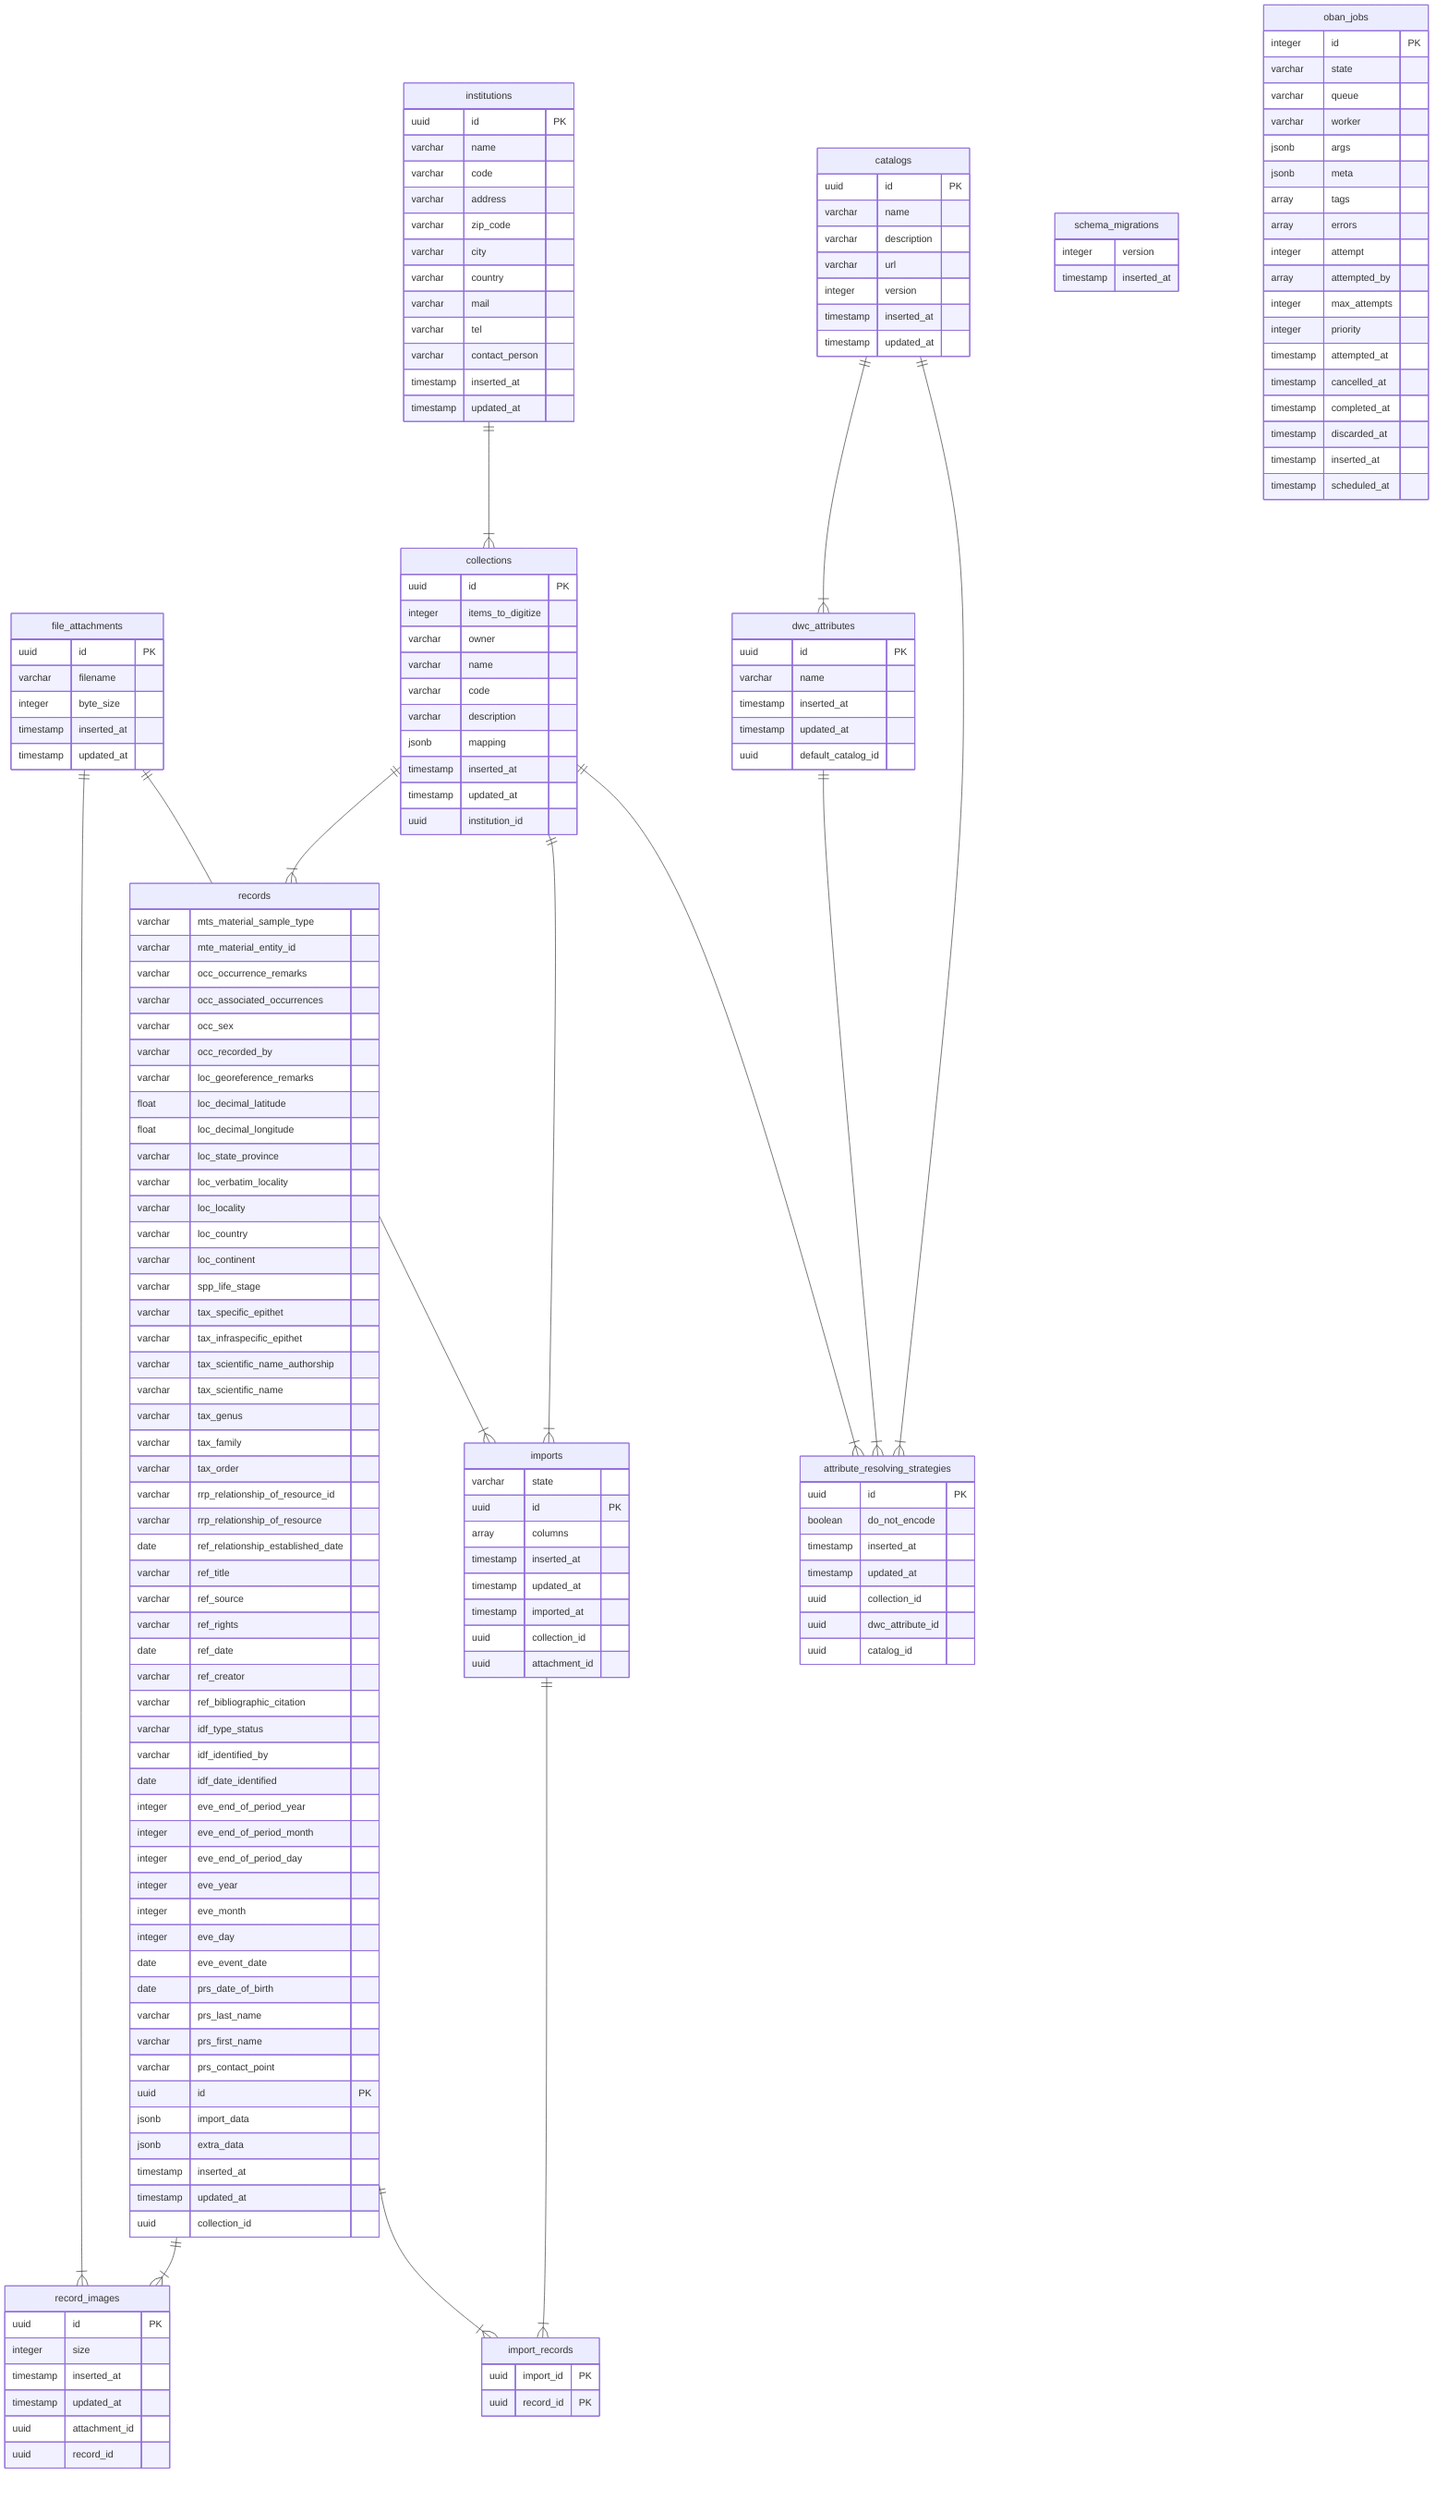
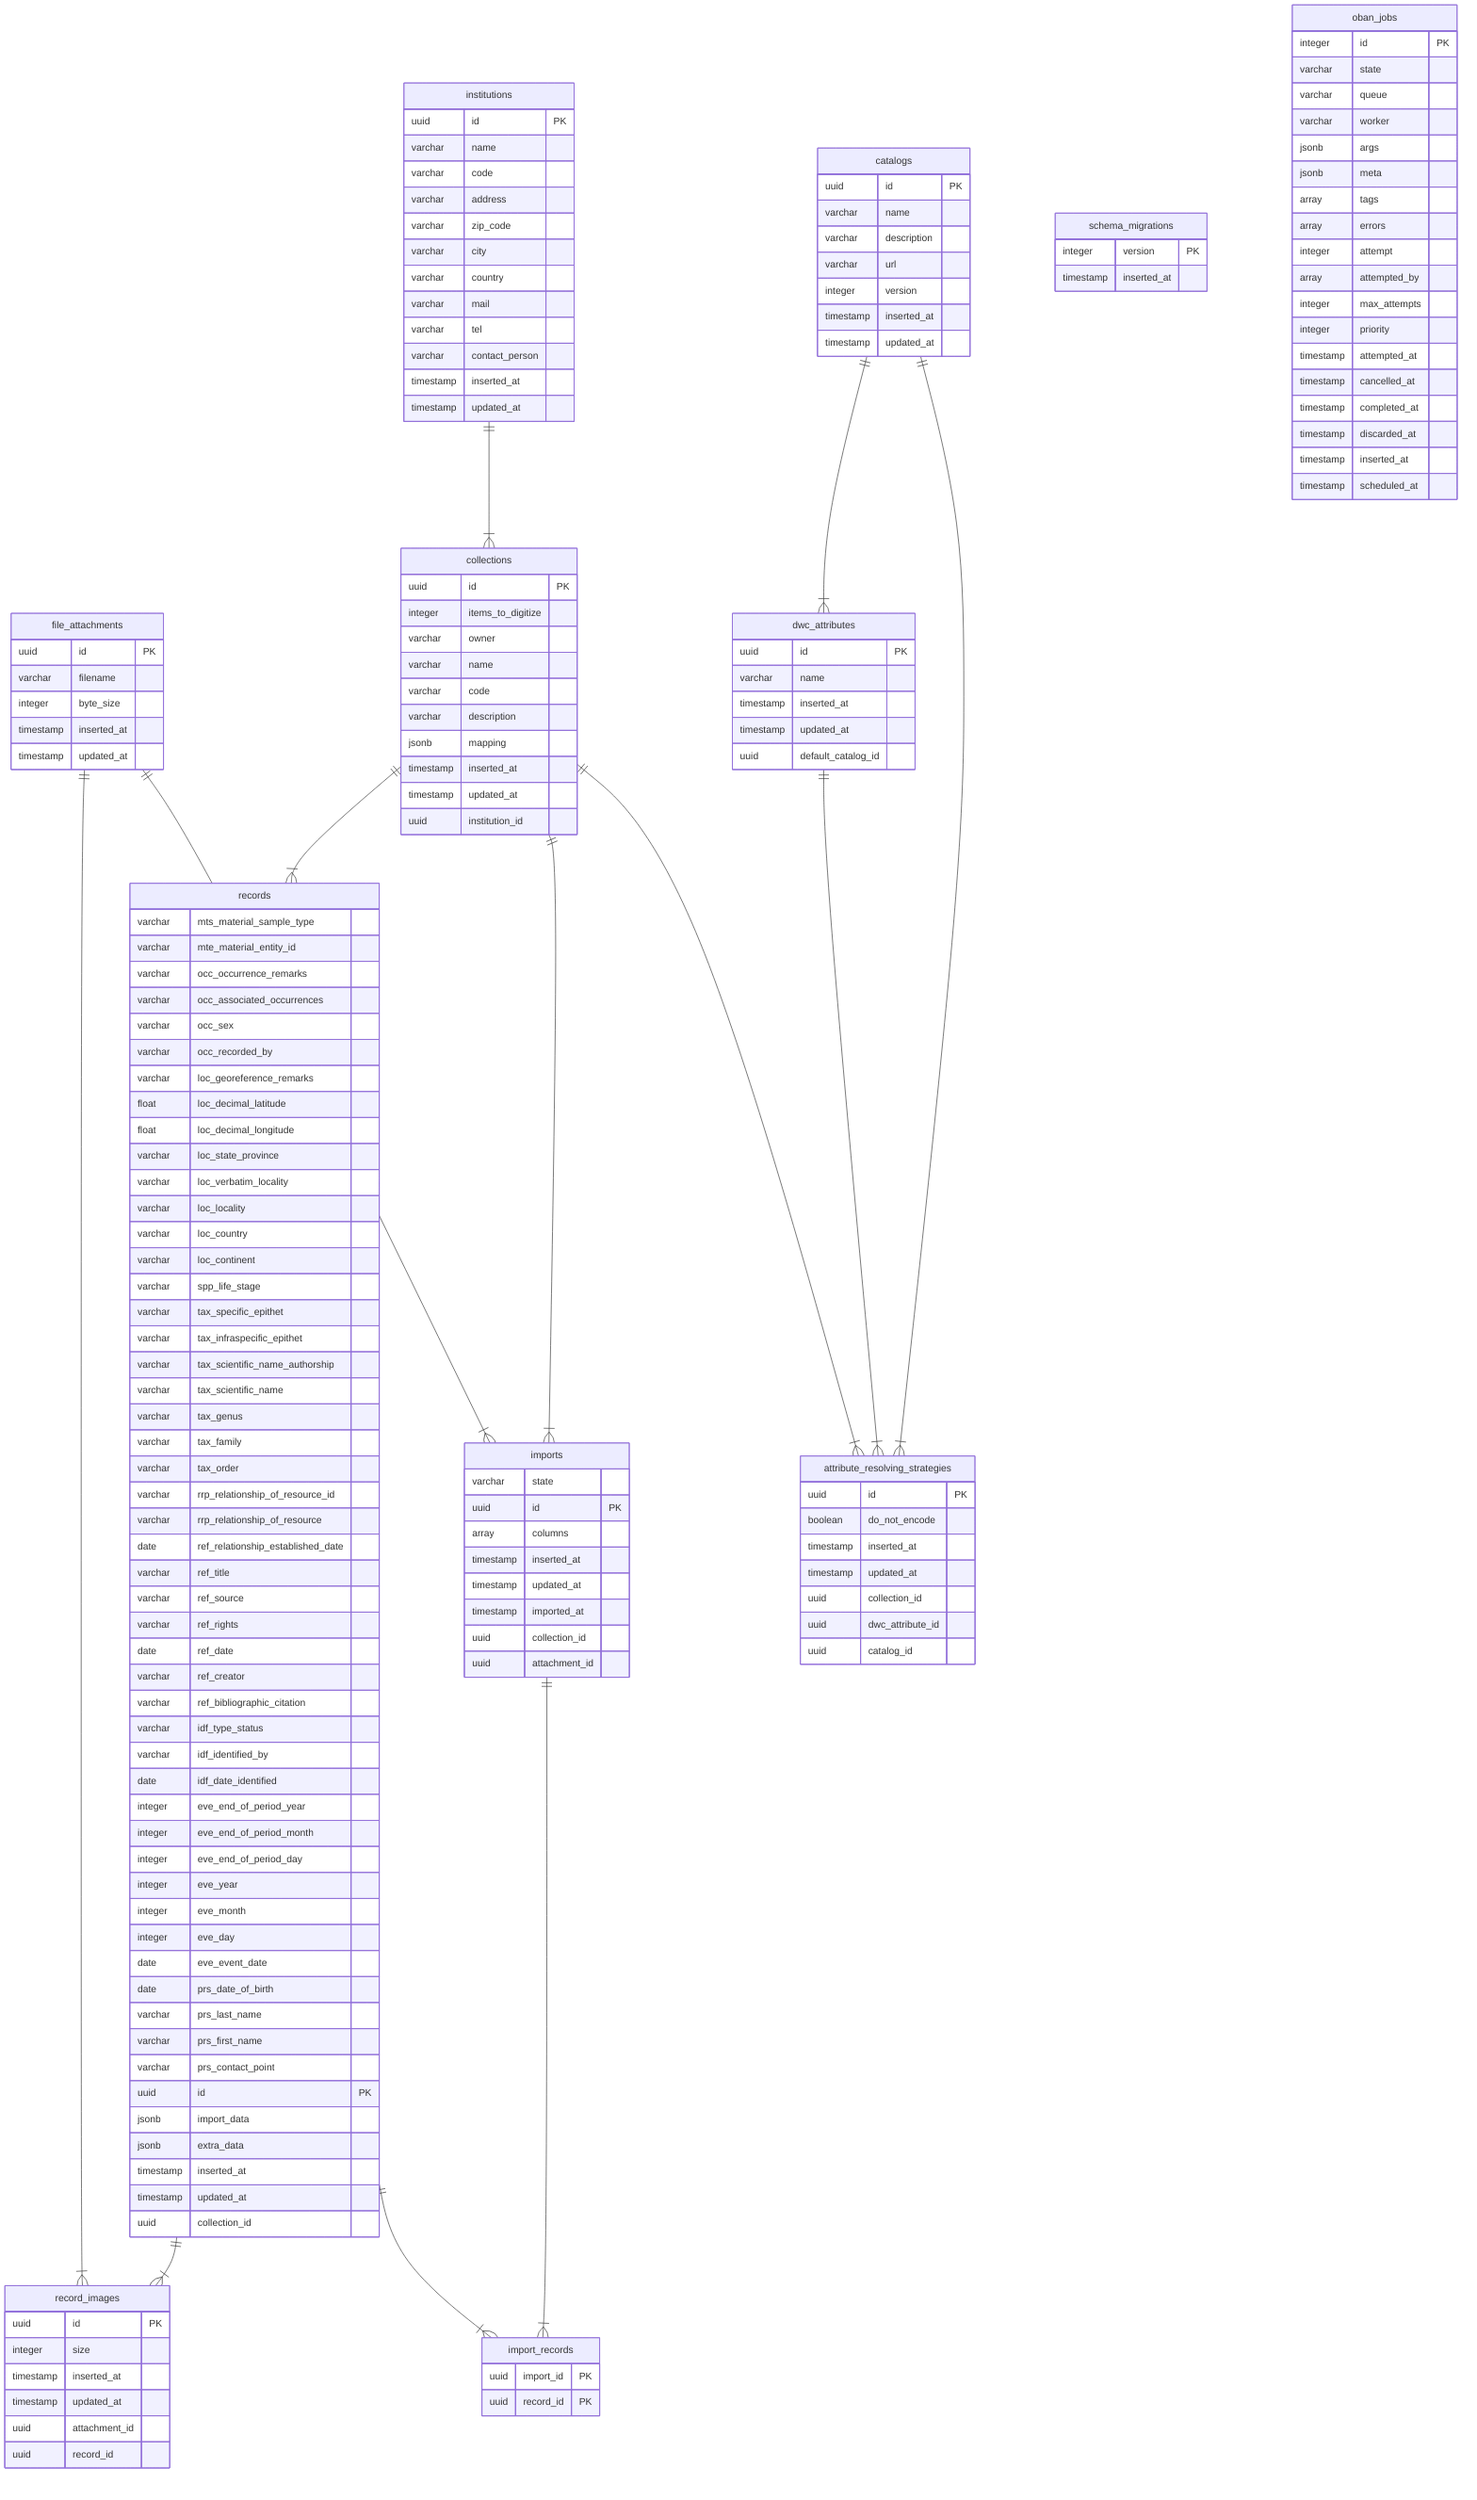
erDiagram
  file_attachments {
    uuid id PK
    varchar filename
    integer byte_size
    timestamp inserted_at
    timestamp updated_at
  }
  institutions {
    uuid id PK
    varchar name
    varchar code
    varchar address
    varchar zip_code
    varchar city
    varchar country
    varchar mail
    varchar tel
    varchar contact_person
    timestamp inserted_at
    timestamp updated_at
  }
  collections {
    uuid id PK
    integer items_to_digitize
    varchar owner
    varchar name
    varchar code
    varchar description
    jsonb mapping
    timestamp inserted_at
    timestamp updated_at
    uuid institution_id
  }
  imports {
    varchar state
    uuid id PK
    array columns
    timestamp inserted_at
    timestamp updated_at
    timestamp imported_at
    uuid collection_id
    uuid attachment_id
  }
  import_records {
    uuid import_id PK
    uuid record_id PK
  }
  records {
    varchar mts_material_sample_type
    varchar mte_material_entity_id
    varchar occ_occurrence_remarks
    varchar occ_associated_occurrences
    varchar occ_sex
    varchar occ_recorded_by
    varchar loc_georeference_remarks
    float loc_decimal_latitude
    float loc_decimal_longitude
    varchar loc_state_province
    varchar loc_verbatim_locality
    varchar loc_locality
    varchar loc_country
    varchar loc_continent
    varchar spp_life_stage
    varchar tax_specific_epithet
    varchar tax_infraspecific_epithet
    varchar tax_scientific_name_authorship
    varchar tax_scientific_name
    varchar tax_genus
    varchar tax_family
    varchar tax_order
    varchar rrp_relationship_of_resource_id
    varchar rrp_relationship_of_resource
    date ref_relationship_established_date
    varchar ref_title
    varchar ref_source
    varchar ref_rights
    date ref_date
    varchar ref_creator
    varchar ref_bibliographic_citation
    varchar idf_type_status
    varchar idf_identified_by
    date idf_date_identified
    integer eve_end_of_period_year
    integer eve_end_of_period_month
    integer eve_end_of_period_day
    integer eve_year
    integer eve_month
    integer eve_day
    date eve_event_date
    date prs_date_of_birth
    varchar prs_last_name
    varchar prs_first_name
    varchar prs_contact_point
    uuid id PK
    jsonb import_data
    jsonb extra_data
    timestamp inserted_at
    timestamp updated_at
    uuid collection_id
  }
  record_images {
    uuid id PK
    integer size
    timestamp inserted_at
    timestamp updated_at
    uuid attachment_id
    uuid record_id
  }
  attribute_resolving_strategies {
    uuid id PK
    boolean do_not_encode
    timestamp inserted_at
    timestamp updated_at
    uuid collection_id
    uuid dwc_attribute_id
    uuid catalog_id
  }
  catalogs {
    uuid id PK
    varchar name
    varchar description
    varchar url
    integer version
    timestamp inserted_at
    timestamp updated_at
  }
  dwc_attributes {
    uuid id PK
    varchar name
    timestamp inserted_at
    timestamp updated_at
    uuid default_catalog_id
  }
  schema_migrations {
-     integer version
+     integer version PK
    timestamp inserted_at
  }
  oban_jobs {
    integer id PK
    varchar state
    varchar queue
    varchar worker
    jsonb args
    jsonb meta
    array tags
    array errors
    integer attempt
    array attempted_by
    integer max_attempts
    integer priority
    timestamp attempted_at
    timestamp cancelled_at
    timestamp completed_at
    timestamp discarded_at
    timestamp inserted_at
    timestamp scheduled_at
  }
  catalogs ||--|{ attribute_resolving_strategies : ""
  catalogs ||--|{ dwc_attributes : ""
  collections ||--|{ attribute_resolving_strategies : ""
  collections ||--|{ imports : ""
  collections ||--|{ records : ""
  dwc_attributes ||--|{ attribute_resolving_strategies : ""
  file_attachments ||--|{ imports : ""
  file_attachments ||--|{ record_images : ""
  imports ||--|{ import_records : ""
  institutions ||--|{ collections : ""
  records ||--|{ import_records : ""
  records ||--|{ record_images : ""
